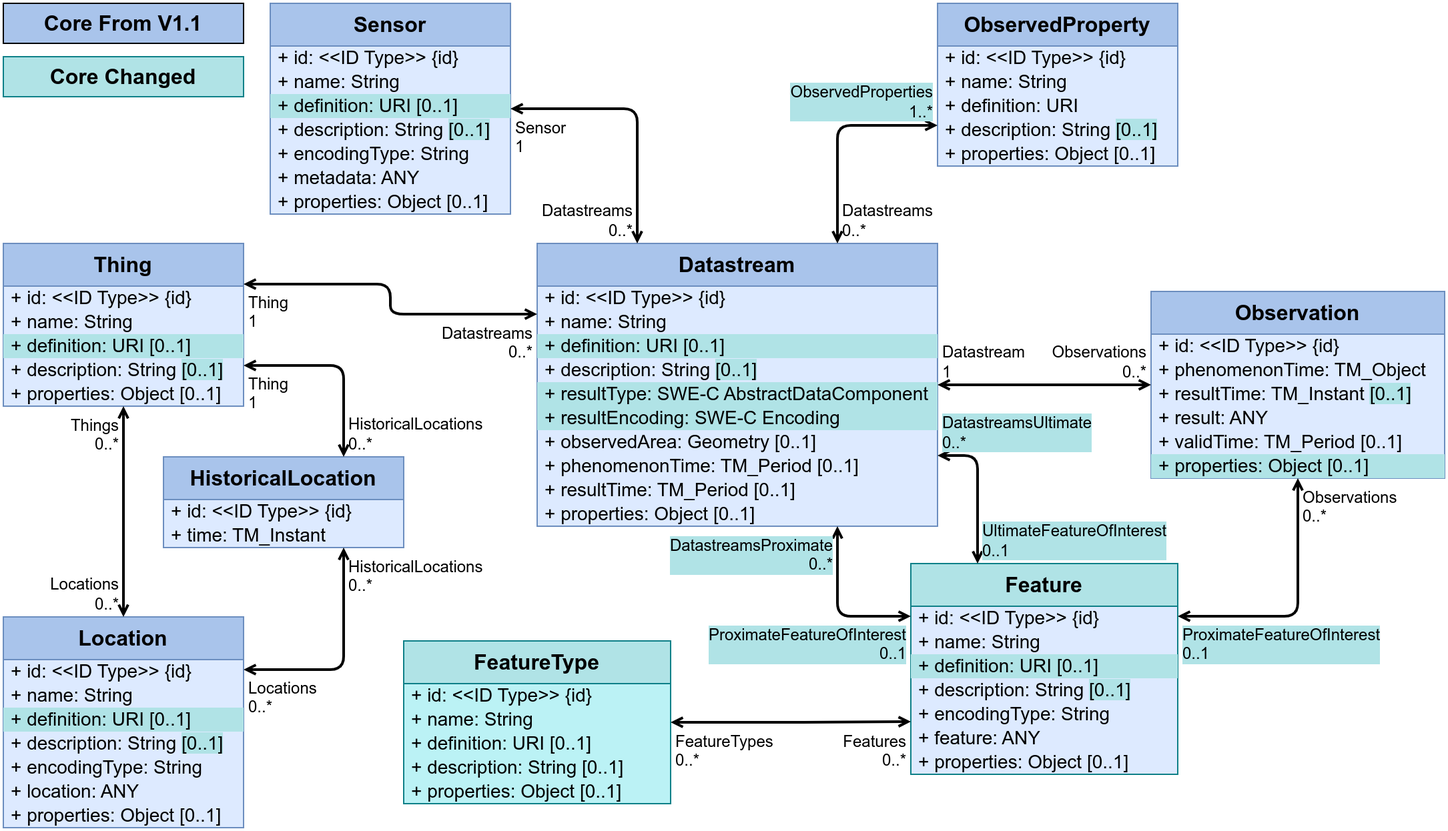
Before: figures/Datamodel-SensorThingsApi-V2-Core-changed.drawio.png, a diagram exported from draw.io (opengeospatial/sensorthings). Source tidied: cells renumbered, new cells last; positions are measured from the earlier drawing's top-left corner, leaving out a move shared by most shapes.
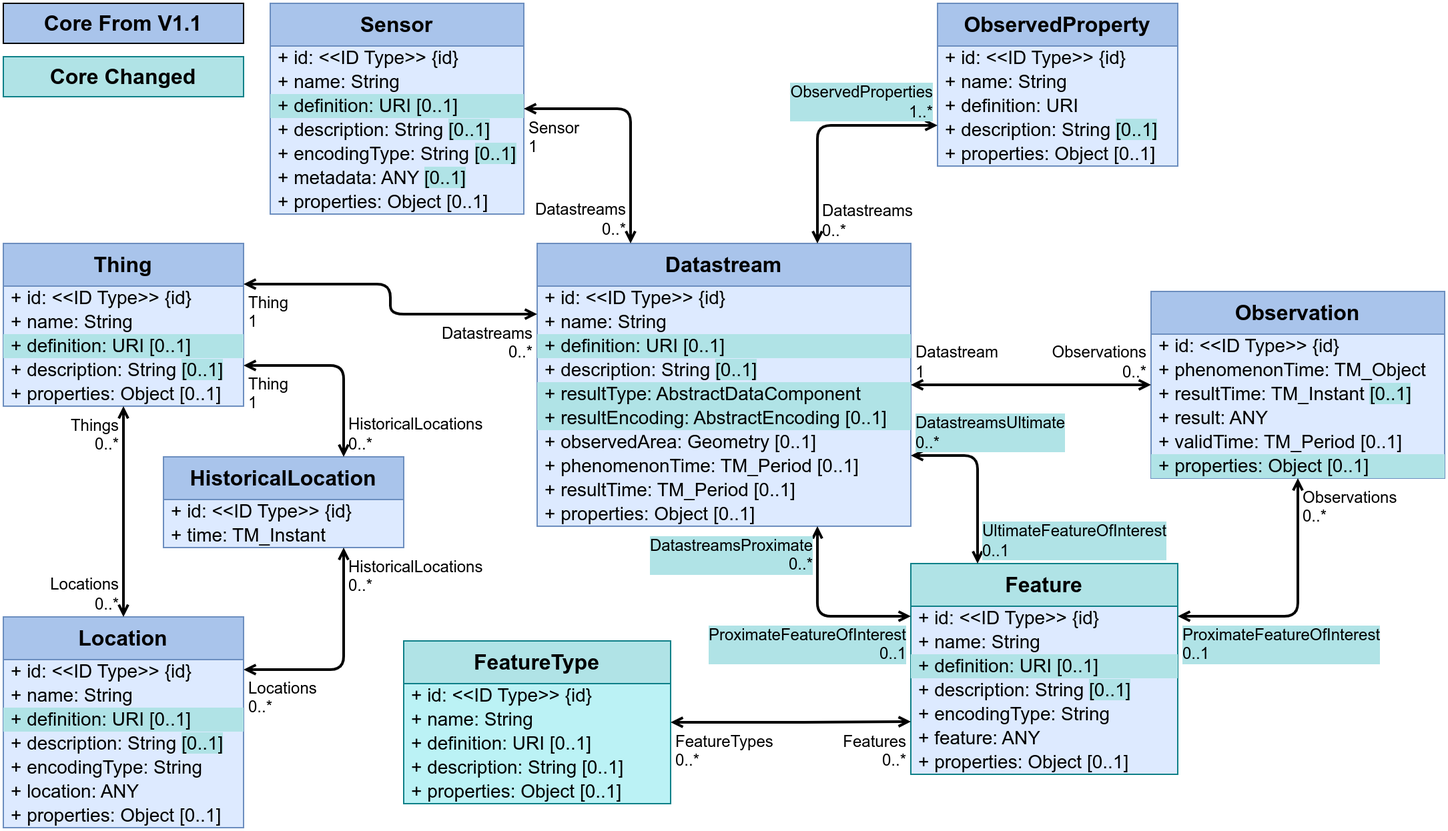
After the commit.

Commit message:
Made Sensor/metadata optional

Change to the diagram source:
```diff
@@ -3,37 +3,37 @@
     <mxCell id="0" />
     <mxCell id="1" parent="0" />
     <mxCell id="2" value="Datastream" style="swimlane;fontStyle=1;horizontal=1;startSize=32;fontSize=16;whiteSpace=wrap;html=1;fillColor=#A9C4EB;strokeColor=#6c8ebf;swimlaneFillColor=#DDEAFF;verticalAlign=top;" parent="1" vertex="1">
-      <mxGeometry x="400" y="180" width="300" height="212" as="geometry" />
+      <mxGeometry x="400" y="180" width="280" height="212" as="geometry" />
     </mxCell>
     <mxCell id="3" value="+&amp;nbsp;id: &amp;lt;&amp;lt;ID Type&amp;gt;&amp;gt;&amp;nbsp;{id}" style="text;strokeColor=none;fillColor=none;align=left;verticalAlign=middle;spacingLeft=4;spacingRight=4;overflow=visible;html=1;fontSize=14;" parent="2" vertex="1">
-      <mxGeometry y="32" width="300" height="18" as="geometry" />
+      <mxGeometry y="32" width="280" height="18" as="geometry" />
     </mxCell>
     <mxCell id="4" value="+ name: String" style="text;strokeColor=none;fillColor=none;align=left;verticalAlign=middle;spacingLeft=4;spacingRight=4;overflow=visible;html=1;fontSize=14;" parent="2" vertex="1">
-      <mxGeometry y="50" width="300" height="18" as="geometry" />
+      <mxGeometry y="50" width="280" height="18" as="geometry" />
     </mxCell>
     <mxCell id="5" value="+&amp;nbsp;definition: URI&amp;nbsp;[0..1]" style="text;strokeColor=none;fillColor=#B0E3E6;align=left;verticalAlign=middle;spacingLeft=4;spacingRight=4;overflow=visible;html=1;fontSize=14;" parent="2" vertex="1">
-      <mxGeometry y="68" width="300" height="18" as="geometry" />
+      <mxGeometry y="68" width="280" height="18" as="geometry" />
     </mxCell>
     <mxCell id="6" value="+ description: String&amp;nbsp;&lt;span style=&quot;background-color: rgb(176, 227, 230);&quot;&gt;[0..1]&lt;/span&gt;" style="text;strokeColor=none;fillColor=none;align=left;verticalAlign=middle;spacingLeft=4;spacingRight=4;overflow=visible;html=1;fontSize=14;" parent="2" vertex="1">
-      <mxGeometry y="86" width="300" height="18" as="geometry" />
+      <mxGeometry y="86" width="280" height="18" as="geometry" />
     </mxCell>
-    <mxCell id="7" value="+ resultType: SWE-C AbstractDataComponent" style="text;strokeColor=none;fillColor=#b0e3e6;align=left;verticalAlign=middle;spacingLeft=4;spacingRight=4;overflow=visible;html=1;fontSize=14;" parent="2" vertex="1">
-      <mxGeometry y="104" width="300" height="18" as="geometry" />
+    <mxCell id="7" value="+ resultType: AbstractDataComponent" style="text;strokeColor=none;fillColor=#b0e3e6;align=left;verticalAlign=middle;spacingLeft=4;spacingRight=4;overflow=visible;html=1;fontSize=14;" parent="2" vertex="1">
+      <mxGeometry y="104" width="280" height="18" as="geometry" />
     </mxCell>
-    <mxCell id="8" value="+ resultEncoding: SWE-C Encoding" style="text;strokeColor=none;fillColor=#b0e3e6;align=left;verticalAlign=middle;spacingLeft=4;spacingRight=4;overflow=visible;html=1;fontSize=14;" parent="2" vertex="1">
-      <mxGeometry y="122" width="300" height="18" as="geometry" />
+    <mxCell id="8" value="+ resultEncoding: AbstractEncoding [0..1]" style="text;strokeColor=none;fillColor=#b0e3e6;align=left;verticalAlign=middle;spacingLeft=4;spacingRight=4;overflow=visible;html=1;fontSize=14;" parent="2" vertex="1">
+      <mxGeometry y="122" width="280" height="18" as="geometry" />
     </mxCell>
     <mxCell id="9" value="+&amp;nbsp;observedArea: Geometry&amp;nbsp;[0..1]" style="text;strokeColor=none;fillColor=none;align=left;verticalAlign=middle;spacingLeft=4;spacingRight=4;overflow=visible;html=1;fontSize=14;" parent="2" vertex="1">
-      <mxGeometry y="140" width="300" height="18" as="geometry" />
+      <mxGeometry y="140" width="280" height="18" as="geometry" />
     </mxCell>
     <mxCell id="10" value="+&amp;nbsp;phenomenonTime:&amp;nbsp;TM_Period&amp;nbsp;[0..1]" style="text;strokeColor=none;fillColor=none;align=left;verticalAlign=middle;spacingLeft=4;spacingRight=4;overflow=visible;html=1;fontSize=14;" parent="2" vertex="1">
-      <mxGeometry y="158" width="300" height="18" as="geometry" />
+      <mxGeometry y="158" width="280" height="18" as="geometry" />
     </mxCell>
     <mxCell id="11" value="+&amp;nbsp;resultTime:&amp;nbsp;TM_Period&amp;nbsp;[0..1]" style="text;strokeColor=none;fillColor=none;align=left;verticalAlign=middle;spacingLeft=4;spacingRight=4;overflow=visible;html=1;fontSize=14;" parent="2" vertex="1">
-      <mxGeometry y="176" width="300" height="18" as="geometry" />
+      <mxGeometry y="176" width="280" height="18" as="geometry" />
     </mxCell>
     <mxCell id="12" value="+&amp;nbsp;properties: Object&amp;nbsp;[0..1]" style="text;strokeColor=none;fillColor=none;align=left;verticalAlign=middle;spacingLeft=4;spacingRight=4;overflow=visible;html=1;fontSize=14;" parent="2" vertex="1">
-      <mxGeometry y="194" width="300" height="18" as="geometry" />
+      <mxGeometry y="194" width="280" height="18" as="geometry" />
     </mxCell>
     <mxCell id="13" value="Feature" style="swimlane;fontStyle=1;horizontal=1;startSize=32;fontSize=16;whiteSpace=wrap;html=1;fillColor=#b0e3e6;strokeColor=#0e8088;swimlaneFillColor=#DDEAFF;verticalAlign=top;" parent="1" vertex="1">
       <mxGeometry x="680" y="420" width="200" height="158" as="geometry" />
@@ -204,28 +204,28 @@
       <mxGeometry x="1" relative="1" as="geometry" />
     </mxCell>
     <mxCell id="69" value="Sensor" style="swimlane;fontStyle=1;horizontal=1;startSize=32;fontSize=16;whiteSpace=wrap;html=1;fillColor=#A9C4EB;strokeColor=#6c8ebf;swimlaneFillColor=#DDEAFF;verticalAlign=top;" parent="1" vertex="1">
-      <mxGeometry x="200" width="180" height="158" as="geometry" />
+      <mxGeometry x="200" width="190" height="158" as="geometry" />
     </mxCell>
     <mxCell id="70" value="+&amp;nbsp;id: &amp;lt;&amp;lt;ID Type&amp;gt;&amp;gt;&amp;nbsp;{id}" style="text;strokeColor=none;fillColor=none;align=left;verticalAlign=middle;spacingLeft=4;spacingRight=4;overflow=visible;html=1;fontSize=14;" parent="69" vertex="1">
-      <mxGeometry y="32" width="180" height="18" as="geometry" />
+      <mxGeometry y="32" width="190" height="18" as="geometry" />
     </mxCell>
     <mxCell id="71" value="+ name: String" style="text;strokeColor=none;fillColor=none;align=left;verticalAlign=middle;spacingLeft=4;spacingRight=4;overflow=visible;html=1;fontSize=14;" parent="69" vertex="1">
-      <mxGeometry y="50" width="180" height="18" as="geometry" />
+      <mxGeometry y="50" width="190" height="18" as="geometry" />
     </mxCell>
     <mxCell id="72" value="+&amp;nbsp;definition: URI&amp;nbsp;[0..1]" style="text;strokeColor=none;fillColor=#B0E3E6;align=left;verticalAlign=middle;spacingLeft=4;spacingRight=4;overflow=visible;html=1;fontSize=14;" parent="69" vertex="1">
-      <mxGeometry y="68" width="180" height="18" as="geometry" />
+      <mxGeometry y="68" width="190" height="18" as="geometry" />
     </mxCell>
     <mxCell id="73" value="+&amp;nbsp;description: String&amp;nbsp;&lt;span style=&quot;background-color: rgb(176, 227, 230);&quot;&gt;[0..1]&lt;/span&gt;" style="text;strokeColor=none;fillColor=none;align=left;verticalAlign=middle;spacingLeft=4;spacingRight=4;overflow=visible;html=1;fontSize=14;" parent="69" vertex="1">
-      <mxGeometry y="86" width="180" height="18" as="geometry" />
+      <mxGeometry y="86" width="190" height="18" as="geometry" />
     </mxCell>
-    <mxCell id="74" value="+ encodingType: String" style="text;strokeColor=none;fillColor=none;align=left;verticalAlign=middle;spacingLeft=4;spacingRight=4;overflow=visible;html=1;fontSize=14;" parent="69" vertex="1">
-      <mxGeometry y="104" width="180" height="18" as="geometry" />
+    <mxCell id="74" value="+ encodingType: String&amp;nbsp;&lt;span style=&quot;background-color: rgb(176, 227, 230);&quot;&gt;[0..1]&lt;/span&gt;" style="text;strokeColor=none;fillColor=none;align=left;verticalAlign=middle;spacingLeft=4;spacingRight=4;overflow=visible;html=1;fontSize=14;" parent="69" vertex="1">
+      <mxGeometry y="104" width="190" height="18" as="geometry" />
     </mxCell>
-    <mxCell id="75" value="+ metadata: ANY" style="text;strokeColor=none;fillColor=none;align=left;verticalAlign=middle;spacingLeft=4;spacingRight=4;overflow=visible;html=1;fontSize=14;" parent="69" vertex="1">
-      <mxGeometry y="122" width="180" height="18" as="geometry" />
+    <mxCell id="75" value="+ metadata: ANY&amp;nbsp;&lt;span style=&quot;background-color: rgb(176, 227, 230);&quot;&gt;[0..1]&lt;/span&gt;" style="text;strokeColor=none;fillColor=none;align=left;verticalAlign=middle;spacingLeft=4;spacingRight=4;overflow=visible;html=1;fontSize=14;" parent="69" vertex="1">
+      <mxGeometry y="122" width="190" height="18" as="geometry" />
     </mxCell>
     <mxCell id="76" value="+&amp;nbsp;properties: Object&amp;nbsp;[0..1]" style="text;strokeColor=none;fillColor=none;align=left;verticalAlign=middle;spacingLeft=4;spacingRight=4;overflow=visible;html=1;fontSize=14;" parent="69" vertex="1">
-      <mxGeometry y="140" width="180" height="18" as="geometry" />
+      <mxGeometry y="140" width="190" height="18" as="geometry" />
     </mxCell>
     <mxCell id="77" style="endArrow=open;startArrow=open;html=1;rounded=1;entryX=0.25;entryY=0;entryDx=0;entryDy=0;edgeStyle=orthogonalEdgeStyle;exitX=1;exitY=0.5;exitDx=0;exitDy=0;curved=0;strokeWidth=2;startFill=0;endFill=0;endSize=5;startSize=5;" parent="1" edge="1" source="69" target="2">
       <mxGeometry relative="1" as="geometry" />
```
